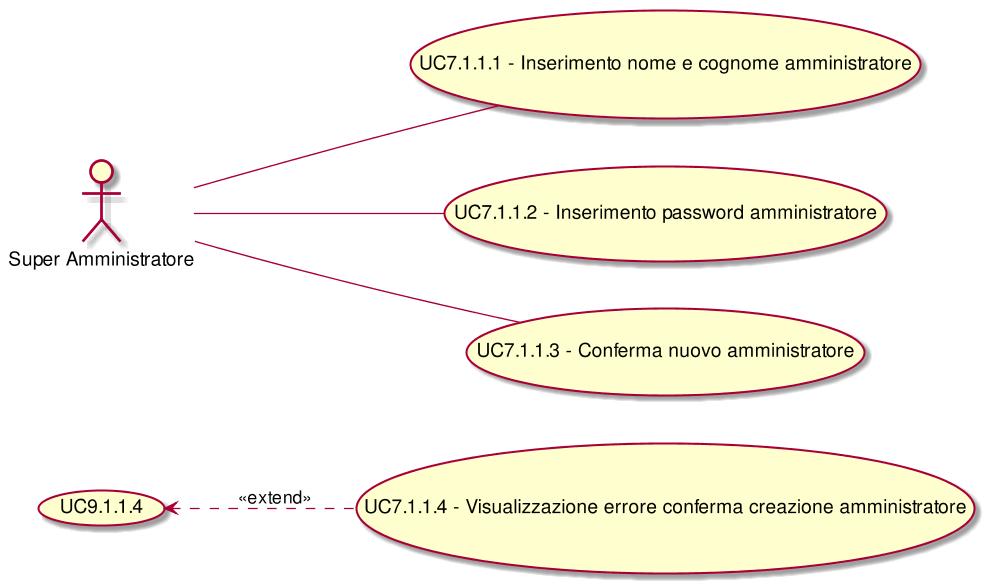
CoCodeSWE/Docs keeps this PlantUML diagram as RR/Esterni/AnalisiDeiRequisiti/images/UseCaseUC711.png. Above is the earlier version. The source it was exported from:
```plantuml
@startuml
scale 1000*1000
left to right direction
(UC9.1.1.4) <.. (UC7.1.1.4): <<extend>>
( UC7.1.1.1 - Inserimento nome e cognome amministratore ) as (UC7.1.1.1)
:Super Amministratore:--(UC7.1.1.1)
( UC7.1.1.2 - Inserimento password amministratore ) as (UC7.1.1.2)
:Super Amministratore:--(UC7.1.1.2)
( UC7.1.1.3 - Conferma nuovo amministratore ) as (UC7.1.1.3)
:Super Amministratore:--(UC7.1.1.3)
( UC7.1.1.4 - Visualizzazione errore conferma creazione amministratore ) as (UC7.1.1.4)
@enduml
```
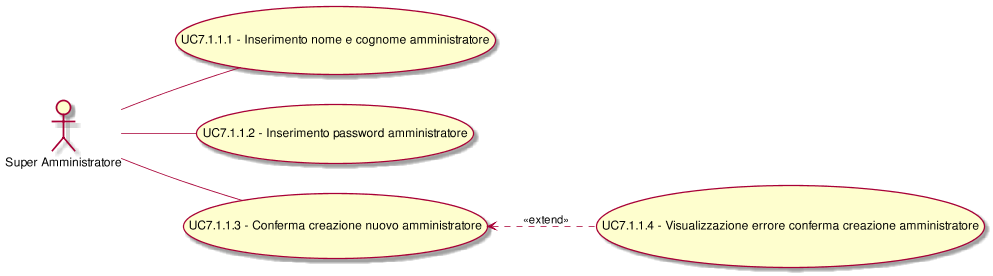
After the commit.

Change to the diagram source:
```diff
@@ -1,12 +1,12 @@
 @startuml
 scale 1000*1000
 left to right direction
-(UC9.1.1.4) <.. (UC7.1.1.4): <<extend>>
+(UC7.1.1.3) <.. (UC7.1.1.4): <<extend>>
 ( UC7.1.1.1 - Inserimento nome e cognome amministratore ) as (UC7.1.1.1)
 :Super Amministratore:--(UC7.1.1.1)
 ( UC7.1.1.2 - Inserimento password amministratore ) as (UC7.1.1.2)
 :Super Amministratore:--(UC7.1.1.2)
-( UC7.1.1.3 - Conferma nuovo amministratore ) as (UC7.1.1.3)
+( UC7.1.1.3 - Conferma creazione nuovo amministratore ) as (UC7.1.1.3)
 :Super Amministratore:--(UC7.1.1.3)
 ( UC7.1.1.4 - Visualizzazione errore conferma creazione amministratore ) as (UC7.1.1.4)
 @enduml
```
